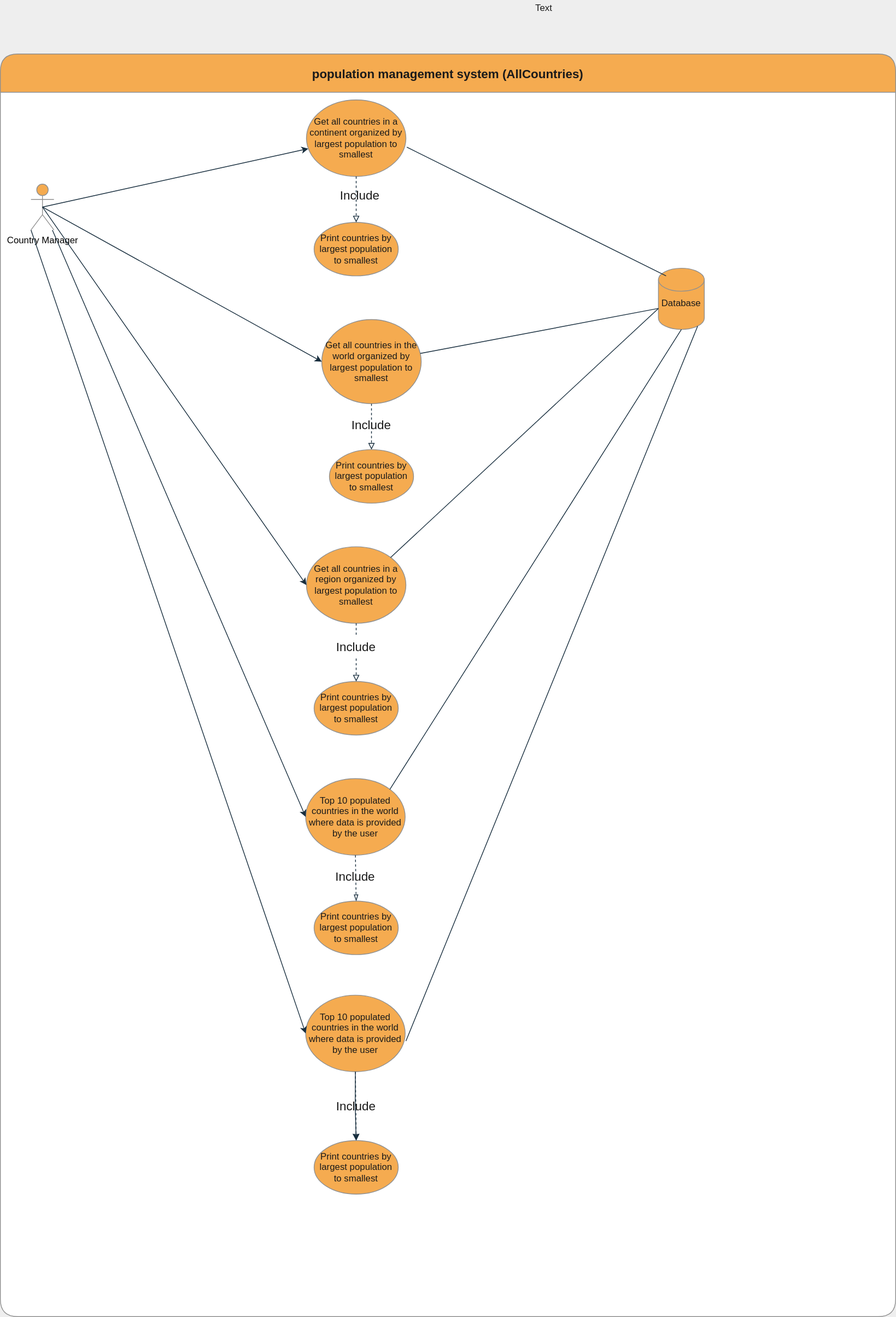
This is use-cases/population management system (AllCountries).svg from ThihaKZ16/group5, a draw.io export, as it was before one commit. Source tidied: cells renumbered, new cells last; positions are measured from the earlier drawing's top-left corner, leaving out a move shared by most shapes.
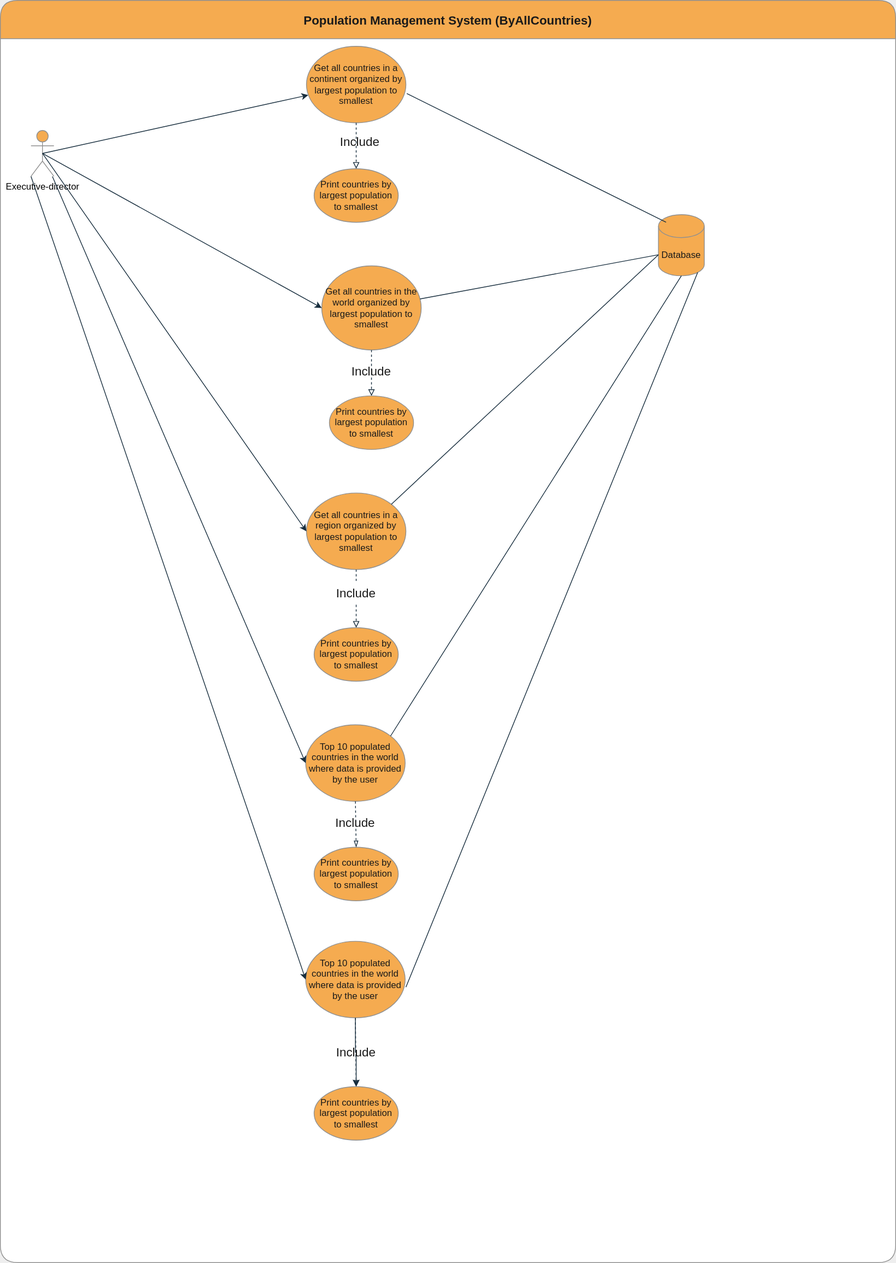
The same diagram one commit later.

Commit message:
Update use case diagrams for country report

Change to the diagram source:
```diff
@@ -2,7 +2,7 @@
   <root>
     <mxCell id="0" />
     <mxCell id="1" parent="0" />
-    <mxCell id="2" value="population management system (AllCountries)" style="swimlane;rounded=1;sketch=0;swimlaneFillColor=#FFFFFF;shadow=0;glass=0;fillColor=#F5AB50;fontColor=#1A1A1A;strokeColor=#909090;startSize=50;fontSize=16;" parent="1" vertex="1">
+    <mxCell id="2" value="Population Management System (ByAllCountries)" style="swimlane;rounded=1;sketch=0;swimlaneFillColor=#FFFFFF;shadow=0;glass=0;fillColor=#F5AB50;fontColor=#1A1A1A;strokeColor=#909090;startSize=50;fontSize=16;" parent="1" vertex="1">
       <mxGeometry y="70" width="1170" height="1650" as="geometry" />
     </mxCell>
     <mxCell id="3" value="Get all countries in the world organized by largest population to smallest" style="ellipse;whiteSpace=wrap;html=1;fillColor=#F5AB50;strokeColor=#909090;fontColor=#1A1A1A;" parent="2" vertex="1">
@@ -11,7 +11,7 @@
     <mxCell id="4" value="Print countries by largest population to smallest" style="ellipse;whiteSpace=wrap;html=1;fillColor=#F5AB50;strokeColor=#909090;fontColor=#1A1A1A;" parent="2" vertex="1">
       <mxGeometry x="410" y="220" width="110" height="70" as="geometry" />
     </mxCell>
-    <mxCell id="5" value="&lt;font color=&quot;#000000&quot;&gt;Country Manager&lt;/font&gt;" style="shape=umlActor;verticalLabelPosition=bottom;verticalAlign=top;html=1;outlineConnect=0;fillColor=#F5AB50;fontColor=#1A1A1A;strokeColor=#909090;" parent="2" vertex="1">
+    <mxCell id="5" value="&lt;font color=&quot;#000000&quot;&gt;Executive-director&lt;/font&gt;" style="shape=umlActor;verticalLabelPosition=bottom;verticalAlign=top;html=1;outlineConnect=0;fillColor=#F5AB50;fontColor=#1A1A1A;strokeColor=#909090;" parent="2" vertex="1">
       <mxGeometry x="40" y="170" width="30" height="60" as="geometry" />
     </mxCell>
     <mxCell id="6" style="endArrow=classic;html=1;rounded=0;fontSize=12;exitX=0.5;exitY=0.5;exitDx=0;exitDy=0;exitPerimeter=0;strokeColor=#182E3E;labelBackgroundColor=#EEEEEE;fontColor=#1A1A1A;" parent="2" edge="1" source="5" target="8">
@@ -111,8 +111,5 @@
         <mxPoint x="530" y="1360" as="sourcePoint" />
       </mxGeometry>
     </mxCell>
-    <mxCell id="37" value="Text" style="text;html=1;align=center;verticalAlign=middle;strokeColor=none;fillColor=none;fontColor=#1A1A1A;" parent="1" vertex="1">
-      <mxGeometry x="690" width="40" height="20" as="geometry" />
-    </mxCell>
   </root>
 </mxGraphModel>
```
